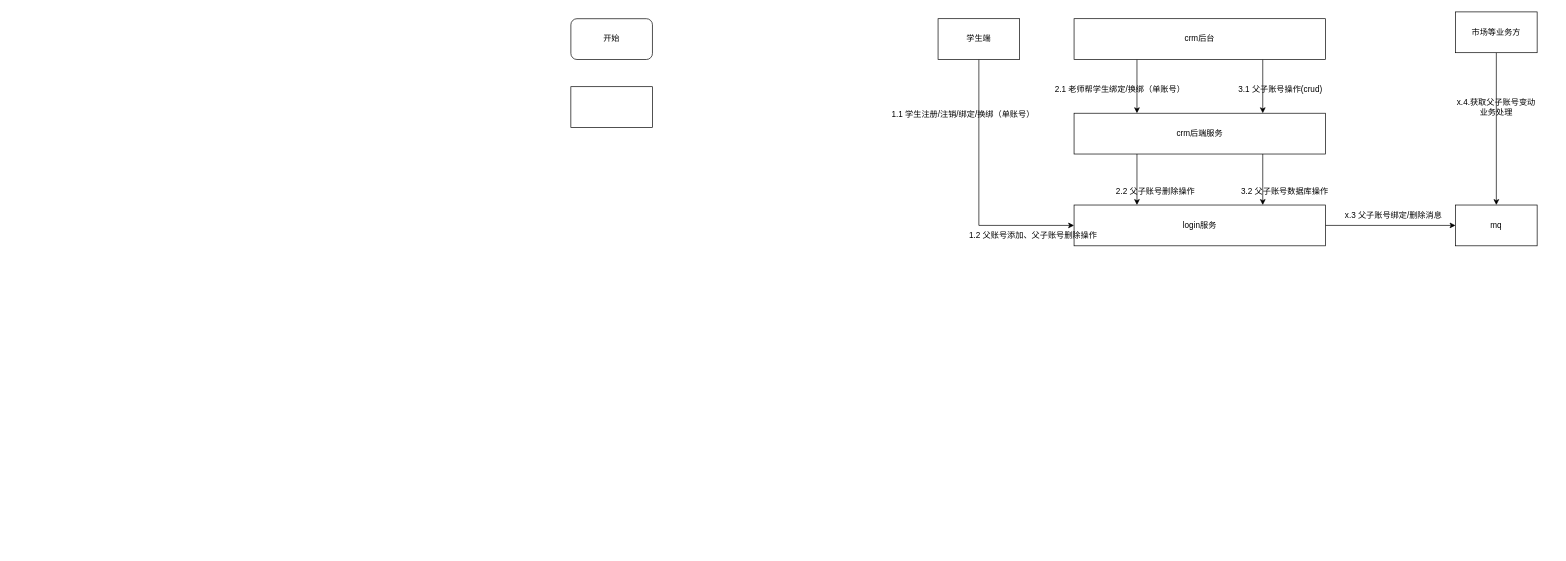
The draw.io diagram 父子账号.drawio in xiell2016/hetaoDesign, before the edit. Source tidied: cells renumbered, new cells numbered last; positions are measured from the earlier drawing's top-left corner, leaving out a move shared by most shapes. Both pictures are drawn from the tidied source at 68%, with x=0, y=0 at pixel (571, 12).
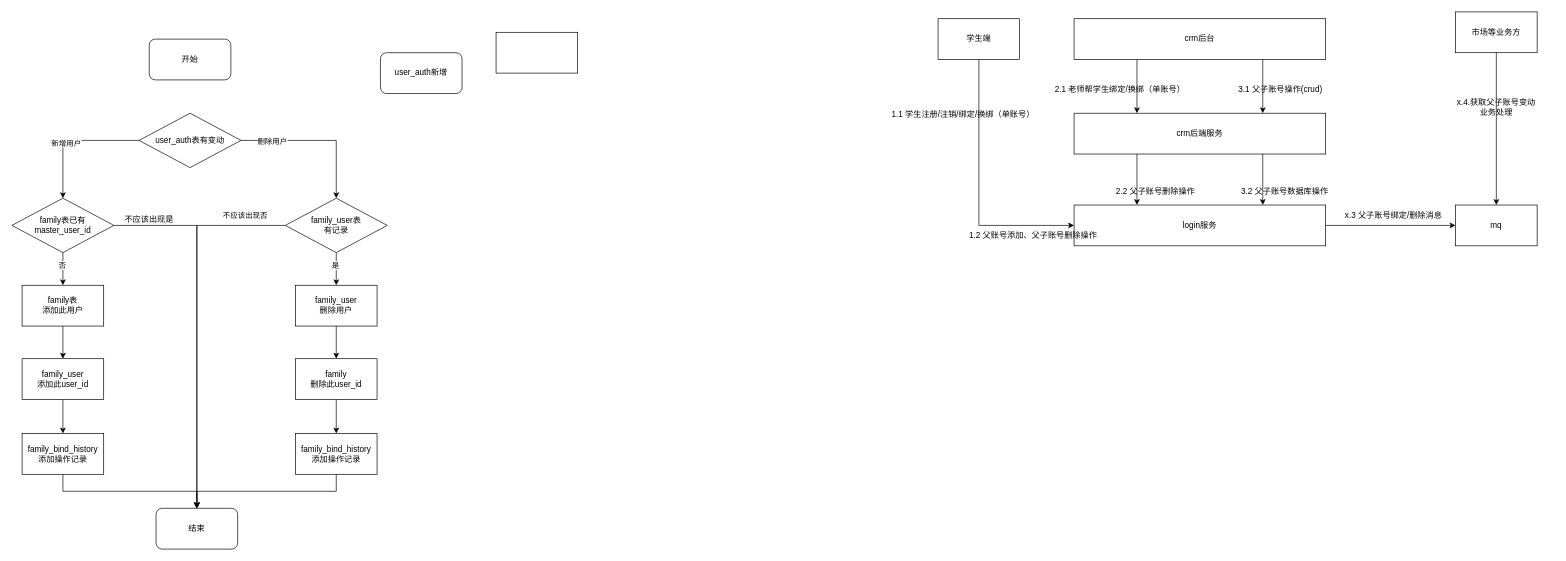
The same diagram, later.

Commit message (it also covers changes not shown here):
更新父子账号.drawio

The edit, as a diff of the source:
```diff
@@
     <mxCell id="2" value="开始" style="rounded=1;whiteSpace=wrap;html=1;" parent="1" vertex="1">
-      <mxGeometry y="10" width="120" height="60" as="geometry" />
+      <mxGeometry x="-620" y="40" width="120" height="60" as="geometry" />
     </mxCell>
-    <mxCell id="3" style="rounded=0;whiteSpace=wrap;html=1;" parent="1" vertex="1">
-      <mxGeometry y="110" width="120" height="60" as="geometry" />
-    </mxCell>
@@
+    <mxCell id="25" style="edgeStyle=orthogonalEdgeStyle;rounded=0;jettySize=auto;html=1;exitX=0.5;exitY=1;exitDx=0;exitDy=0;entryX=0.5;entryY=0;entryDx=0;entryDy=0;" parent="1" edge="1" source="26" target="39">
+      <mxGeometry relative="1" as="geometry" />
+    </mxCell>
+    <mxCell id="26" value="family表&lt;br&gt;添加此用户" style="rounded=0;whiteSpace=wrap;html=1;" parent="1" vertex="1">
+      <mxGeometry x="-807" y="402" width="120" height="60" as="geometry" />
+    </mxCell>
+    <mxCell id="27" style="rounded=0;whiteSpace=wrap;html=1;" parent="1" vertex="1">
+      <mxGeometry x="-110" y="30" width="120" height="60" as="geometry" />
+    </mxCell>
+    <mxCell id="28" value="user_auth新增" style="rounded=1;whiteSpace=wrap;html=1;" parent="1" vertex="1">
+      <mxGeometry x="-280" y="60" width="120" height="60" as="geometry" />
+    </mxCell>
+    <mxCell id="29" style="edgeStyle=orthogonalEdgeStyle;rounded=0;jettySize=auto;html=1;entryX=0.5;entryY=0;entryDx=0;entryDy=0;" parent="1" edge="1" source="33" target="37">
+      <mxGeometry relative="1" as="geometry" />
+    </mxCell>
+    <mxCell id="30" value="新增用户" style="edgeLabel;html=1;align=center;verticalAlign=middle;" parent="29" vertex="1">
+      <mxGeometry x="0.17" y="4" relative="1" as="geometry" />
+    </mxCell>
+    <mxCell id="31" style="edgeStyle=orthogonalEdgeStyle;rounded=0;jettySize=auto;html=1;exitX=1;exitY=0.5;exitDx=0;exitDy=0;" parent="1" edge="1" source="33" target="48">
+      <mxGeometry relative="1" as="geometry" />
+    </mxCell>
+    <mxCell id="32" value="删除用户" style="edgeLabel;html=1;align=center;verticalAlign=middle;" parent="31" vertex="1">
+      <mxGeometry x="-0.6" y="-1" relative="1" as="geometry" />
+    </mxCell>
+    <mxCell id="33" value="user_auth表有变动" style="rhombus;whiteSpace=wrap;html=1;" parent="1" vertex="1">
+      <mxGeometry x="-635" y="149" width="150" height="80" as="geometry" />
+    </mxCell>
+    <mxCell id="34" style="edgeStyle=orthogonalEdgeStyle;rounded=0;jettySize=auto;html=1;" parent="1" edge="1" source="37" target="26">
+      <mxGeometry relative="1" as="geometry" />
+    </mxCell>
+    <mxCell id="35" value="否" style="edgeLabel;html=1;align=center;verticalAlign=middle;" parent="34" vertex="1">
+      <mxGeometry x="-0.25" y="-2" relative="1" as="geometry" />
+    </mxCell>
+    <mxCell id="36" style="edgeStyle=orthogonalEdgeStyle;rounded=0;jettySize=auto;html=1;exitX=1;exitY=0.5;exitDx=0;exitDy=0;" parent="1" edge="1" source="37" target="53">
+      <mxGeometry relative="1" as="geometry" />
+    </mxCell>
+    <mxCell id="37" value="family表已有&lt;br&gt;&lt;div&gt;&lt;div class=&quot;old-record-id-NEFbd2yO6o0nXTxlkc0cnwMOnpg&quot; style=&quot;&quot;&gt;master_user_id&lt;/div&gt;&lt;/div&gt;" style="rhombus;whiteSpace=wrap;html=1;" parent="1" vertex="1">
+      <mxGeometry x="-822" y="274" width="150" height="80" as="geometry" />
+    </mxCell>
+    <mxCell id="38" style="edgeStyle=orthogonalEdgeStyle;rounded=0;jettySize=auto;html=1;" parent="1" edge="1" source="39" target="41">
+      <mxGeometry relative="1" as="geometry" />
+    </mxCell>
+    <mxCell id="39" value="&lt;div&gt;&lt;div class=&quot;old-record-id-NEFbd2yO6o0nXTxlkc0cnwMOnpg&quot; style=&quot;&quot;&gt;family_user&lt;/div&gt;&lt;div class=&quot;old-record-id-NEFbd2yO6o0nXTxlkc0cnwMOnpg&quot; style=&quot;&quot;&gt;添加此user_id&lt;/div&gt;&lt;/div&gt;" style="rounded=0;whiteSpace=wrap;html=1;" parent="1" vertex="1">
+      <mxGeometry x="-807" y="510" width="120" height="60" as="geometry" />
+    </mxCell>
+    <mxCell id="40" style="edgeStyle=orthogonalEdgeStyle;rounded=0;jettySize=auto;html=1;exitX=0.5;exitY=1;exitDx=0;exitDy=0;entryX=0.5;entryY=0;entryDx=0;entryDy=0;" parent="1" edge="1" source="41" target="53">
+      <mxGeometry relative="1" as="geometry" />
+    </mxCell>
+    <mxCell id="41" value="&lt;div&gt;&lt;div class=&quot;old-record-id-NEFbd2yO6o0nXTxlkc0cnwMOnpg&quot; style=&quot;&quot;&gt;&lt;div&gt;&lt;div class=&quot;old-record-id-SlJNd7PGNow6A5x4QqhcfKrGn4g&quot; style=&quot;&quot;&gt;family_bind_history&lt;/div&gt;&lt;/div&gt;&lt;/div&gt;&lt;div class=&quot;old-record-id-NEFbd2yO6o0nXTxlkc0cnwMOnpg&quot; style=&quot;&quot;&gt;添加操作记录&lt;/div&gt;&lt;/div&gt;" style="rounded=0;whiteSpace=wrap;html=1;" parent="1" vertex="1">
+      <mxGeometry x="-807" y="620" width="120" height="60" as="geometry" />
+    </mxCell>
+    <mxCell id="42" style="edgeStyle=orthogonalEdgeStyle;rounded=0;jettySize=auto;html=1;exitX=0.5;exitY=1;exitDx=0;exitDy=0;entryX=0.5;entryY=0;entryDx=0;entryDy=0;" parent="1" edge="1" source="43" target="50">
+      <mxGeometry relative="1" as="geometry" />
+    </mxCell>
+    <mxCell id="43" value="family_user&lt;br&gt;删除用户" style="rounded=0;whiteSpace=wrap;html=1;" parent="1" vertex="1">
+      <mxGeometry x="-405" y="402" width="120" height="60" as="geometry" />
+    </mxCell>
+    <mxCell id="44" style="edgeStyle=orthogonalEdgeStyle;rounded=0;jettySize=auto;html=1;" parent="1" edge="1" source="48" target="43">
+      <mxGeometry relative="1" as="geometry" />
+    </mxCell>
+    <mxCell id="45" value="是" style="edgeLabel;html=1;align=center;verticalAlign=middle;" parent="44" vertex="1">
+      <mxGeometry x="-0.25" y="-2" relative="1" as="geometry" />
+    </mxCell>
+    <mxCell id="46" style="edgeStyle=orthogonalEdgeStyle;rounded=0;jettySize=auto;html=1;exitX=0;exitY=0.5;exitDx=0;exitDy=0;entryX=0.5;entryY=0;entryDx=0;entryDy=0;" parent="1" edge="1" source="48" target="53">
+      <mxGeometry relative="1" as="geometry" />
+    </mxCell>
+    <mxCell id="47" value="不应该出现否" style="edgeLabel;html=1;align=center;verticalAlign=middle;" parent="46" vertex="1">
+      <mxGeometry x="0.44" y="-2" relative="1" as="geometry">
+        <mxPoint x="72" y="-278" as="offset" />
+      </mxGeometry>
+    </mxCell>
+    <mxCell id="48" value="family_user表&lt;br&gt;有记录" style="rhombus;whiteSpace=wrap;html=1;" parent="1" vertex="1">
+      <mxGeometry x="-420" y="274" width="150" height="80" as="geometry" />
+    </mxCell>
+    <mxCell id="49" style="edgeStyle=orthogonalEdgeStyle;rounded=0;jettySize=auto;html=1;" parent="1" edge="1" source="50" target="52">
+      <mxGeometry relative="1" as="geometry" />
+    </mxCell>
+    <mxCell id="50" value="&lt;div&gt;&lt;div class=&quot;old-record-id-NEFbd2yO6o0nXTxlkc0cnwMOnpg&quot; style=&quot;&quot;&gt;family&lt;/div&gt;&lt;div class=&quot;old-record-id-NEFbd2yO6o0nXTxlkc0cnwMOnpg&quot; style=&quot;&quot;&gt;删除此user_id&lt;/div&gt;&lt;/div&gt;" style="rounded=0;whiteSpace=wrap;html=1;" parent="1" vertex="1">
+      <mxGeometry x="-405" y="510" width="120" height="60" as="geometry" />
+    </mxCell>
+    <mxCell id="51" style="edgeStyle=orthogonalEdgeStyle;rounded=0;jettySize=auto;html=1;exitX=0.5;exitY=1;exitDx=0;exitDy=0;entryX=0.5;entryY=0;entryDx=0;entryDy=0;" parent="1" edge="1" source="52" target="53">
+      <mxGeometry relative="1" as="geometry" />
+    </mxCell>
+    <mxCell id="52" value="&lt;div&gt;&lt;div class=&quot;old-record-id-NEFbd2yO6o0nXTxlkc0cnwMOnpg&quot; style=&quot;&quot;&gt;&lt;div&gt;&lt;div class=&quot;old-record-id-SlJNd7PGNow6A5x4QqhcfKrGn4g&quot; style=&quot;&quot;&gt;family_bind_history&lt;/div&gt;&lt;/div&gt;&lt;/div&gt;&lt;div class=&quot;old-record-id-NEFbd2yO6o0nXTxlkc0cnwMOnpg&quot; style=&quot;&quot;&gt;添加操作记录&lt;/div&gt;&lt;/div&gt;" style="rounded=0;whiteSpace=wrap;html=1;" parent="1" vertex="1">
+      <mxGeometry x="-405" y="620" width="120" height="60" as="geometry" />
+    </mxCell>
+    <mxCell id="53" value="结束" style="rounded=1;whiteSpace=wrap;html=1;" parent="1" vertex="1">
+      <mxGeometry x="-610" y="730" width="120" height="60" as="geometry" />
+    </mxCell>
+    <mxCell id="54" value="不应该出现是" style="text;html=1;strokeColor=none;fillColor=none;align=center;verticalAlign=middle;whiteSpace=wrap;rounded=0;" parent="1" vertex="1">
+      <mxGeometry x="-660" y="290" width="80" height="30" as="geometry" />
+    </mxCell>
```
